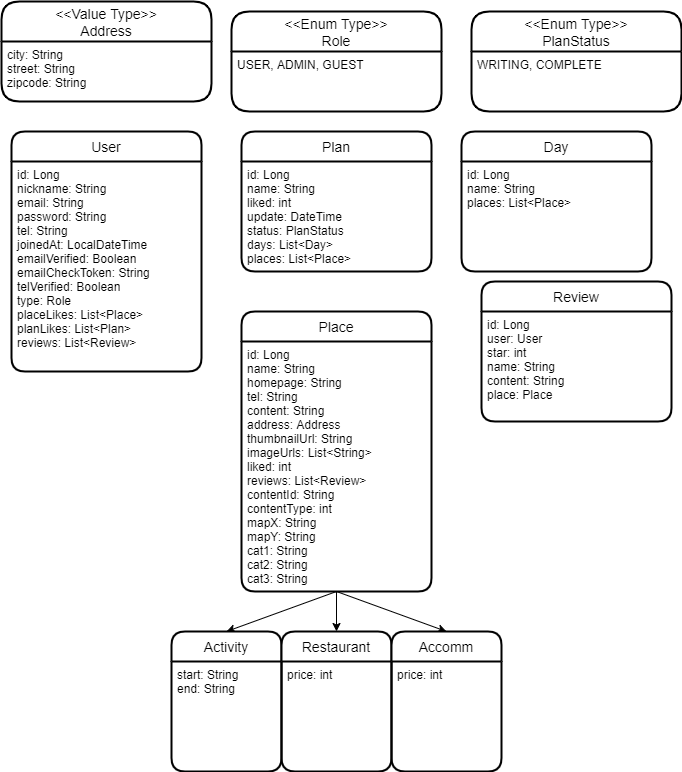
Above: Triplus_ERD.png in dooyeong20/special-trip (draw.io), before the change. Source tidied: cells renumbered, new cells last; positions are measured from the earlier drawing's top-left corner, leaving out a move shared by most shapes.
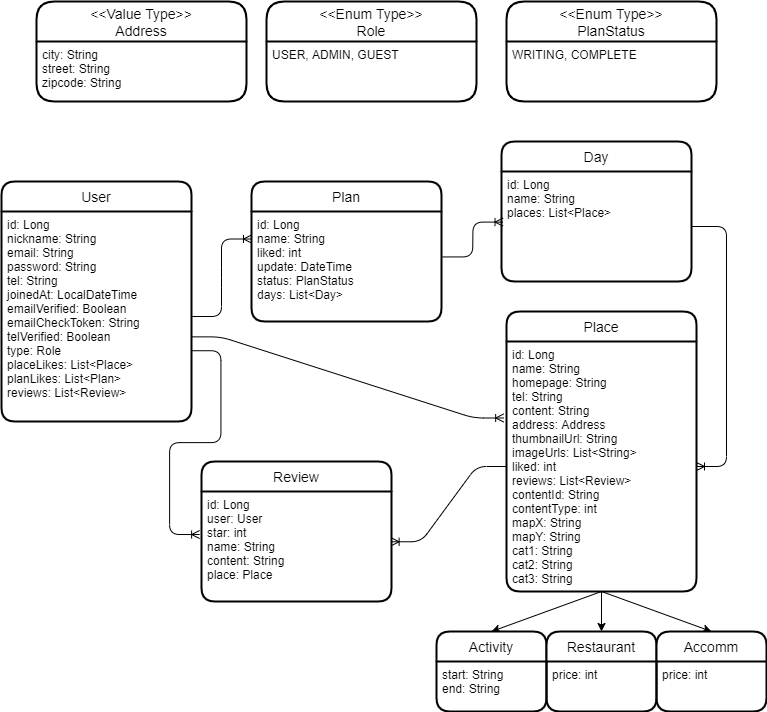
After the commit.

Change to the diagram source:
```diff
@@ -3,7 +3,7 @@
     <mxCell id="0" />
     <mxCell id="1" parent="0" />
     <mxCell id="2" value="User" style="swimlane;horizontal=1;startSize=30;rounded=1;fontSize=14;fontStyle=0;strokeWidth=2;shadow=0;dashed=0;align=center;" parent="1" vertex="1">
-      <mxGeometry x="10" y="130" width="190" height="240" as="geometry" />
+      <mxGeometry x="-35" y="190" width="190" height="240" as="geometry" />
     </mxCell>
     <mxCell id="3" value="id: Long&#10;nickname: String&#10;email: String&#10;password: String&#10;tel: String&#10;joinedAt: LocalDateTime&#10;emailVerified: Boolean&#10;emailCheckToken: String&#10;telVerified: Boolean&#10;type: Role&#10;placeLikes: List&lt;Place&gt;&#10;planLikes: List&lt;Plan&gt;&#10;reviews: List&lt;Review&gt;" style="align=left;strokeColor=none;fillColor=none;spacingLeft=4;fontSize=12;verticalAlign=top;" parent="2" vertex="1">
       <mxGeometry y="30" width="190" height="210" as="geometry" />
@@ -15,13 +15,13 @@
       <mxGeometry y="40" width="210" height="60" as="geometry" />
     </mxCell>
     <mxCell id="6" value="Plan" style="swimlane;horizontal=1;startSize=30;rounded=1;fontSize=14;fontStyle=0;strokeWidth=2;shadow=0;dashed=0;align=center;" parent="1" vertex="1">
-      <mxGeometry x="240" y="130" width="190" height="140" as="geometry" />
+      <mxGeometry x="215" y="190" width="190" height="140" as="geometry" />
     </mxCell>
-    <mxCell id="7" value="id: Long&#10;name: String&#10;liked: int&#10;update: DateTime&#10;status: PlanStatus&#10;days: List&lt;Day&gt;&#10;places: List&lt;Place&gt;" style="align=left;strokeColor=none;fillColor=none;spacingLeft=4;fontSize=12;verticalAlign=top;" parent="6" vertex="1">
+    <mxCell id="7" value="id: Long&#10;name: String&#10;liked: int&#10;update: DateTime&#10;status: PlanStatus&#10;days: List&lt;Day&gt;" style="align=left;strokeColor=none;fillColor=none;spacingLeft=4;fontSize=12;verticalAlign=top;" parent="6" vertex="1">
       <mxGeometry y="30" width="190" height="110" as="geometry" />
     </mxCell>
     <mxCell id="8" value="Place" style="swimlane;horizontal=1;startSize=30;rounded=1;fontSize=14;fontStyle=0;strokeWidth=2;shadow=0;dashed=0;align=center;" parent="1" vertex="1">
-      <mxGeometry x="240" y="310" width="190" height="280" as="geometry" />
+      <mxGeometry x="470" y="320" width="190" height="280" as="geometry" />
     </mxCell>
     <mxCell id="9" value="id: Long&#10;name: String&#10;homepage: String&#10;tel: String&#10;content: String&#10;address: Address&#10;thumbnailUrl: String&#10;imageUrls: List&lt;String&gt;&#10;liked: int&#10;reviews: List&lt;Review&gt;&#10;contentId: String&#10;contentType: int&#10;mapX: String&#10;mapY: String&#10;cat1: String&#10;cat2: String&#10;cat3: String" style="align=left;strokeColor=none;fillColor=none;spacingLeft=4;fontSize=12;verticalAlign=top;" parent="8" vertex="1">
       <mxGeometry y="30" width="190" height="250" as="geometry" />
@@ -39,43 +39,61 @@
       <mxGeometry relative="1" as="geometry" />
     </mxCell>
     <mxCell id="14" value="Activity" style="swimlane;horizontal=1;startSize=30;rounded=1;fontSize=14;fontStyle=0;strokeWidth=2;shadow=0;dashed=0;align=center;" parent="1" vertex="1">
-      <mxGeometry x="170" y="630" width="110" height="140" as="geometry" />
+      <mxGeometry x="400" y="640" width="110" height="80" as="geometry" />
     </mxCell>
     <mxCell id="15" value="start: String&#10;end: String" style="align=left;strokeColor=none;fillColor=none;spacingLeft=4;fontSize=12;verticalAlign=top;" parent="14" vertex="1">
-      <mxGeometry y="30" width="110" height="110" as="geometry" />
+      <mxGeometry y="30" width="110" height="50" as="geometry" />
     </mxCell>
     <mxCell id="16" value="Restaurant" style="swimlane;horizontal=1;startSize=30;rounded=1;fontSize=14;fontStyle=0;strokeWidth=2;shadow=0;dashed=0;align=center;" parent="1" vertex="1">
-      <mxGeometry x="280" y="630" width="110" height="140" as="geometry" />
+      <mxGeometry x="510" y="640" width="110" height="80" as="geometry" />
     </mxCell>
     <mxCell id="17" value="price: int" style="align=left;strokeColor=none;fillColor=none;spacingLeft=4;fontSize=12;verticalAlign=top;" parent="16" vertex="1">
-      <mxGeometry y="30" width="110" height="110" as="geometry" />
+      <mxGeometry y="30" width="110" height="50" as="geometry" />
     </mxCell>
     <mxCell id="18" value="Review" style="swimlane;horizontal=1;startSize=30;rounded=1;fontSize=14;fontStyle=0;strokeWidth=2;shadow=0;dashed=0;align=center;" parent="1" vertex="1">
-      <mxGeometry x="480" y="280" width="190" height="140" as="geometry" />
+      <mxGeometry x="165" y="470" width="190" height="140" as="geometry" />
     </mxCell>
     <mxCell id="19" value="id: Long&#10;user: User&#10;star: int&#10;name: String&#10;content: String&#10;place: Place" style="align=left;strokeColor=none;fillColor=none;spacingLeft=4;fontSize=12;verticalAlign=top;" parent="18" vertex="1">
       <mxGeometry y="30" width="190" height="110" as="geometry" />
     </mxCell>
     <mxCell id="20" value="&lt;&lt;Value Type&gt;&gt;&#10;Address" style="swimlane;horizontal=1;startSize=40;rounded=1;fontSize=14;fontStyle=0;strokeWidth=2;shadow=0;dashed=0;align=center;" parent="1" vertex="1">
-      <mxGeometry width="210" height="100" as="geometry" />
+      <mxGeometry y="10" width="210" height="100" as="geometry" />
     </mxCell>
     <mxCell id="21" value="city: String&#10;street: String&#10;zipcode: String" style="align=left;strokeColor=none;fillColor=none;spacingLeft=4;fontSize=12;verticalAlign=top;" parent="20" vertex="1">
       <mxGeometry y="40" width="210" height="60" as="geometry" />
     </mxCell>
     <mxCell id="22" value="Accomm" style="swimlane;horizontal=1;startSize=30;rounded=1;fontSize=14;fontStyle=0;strokeWidth=2;shadow=0;dashed=0;align=center;" parent="1" vertex="1">
-      <mxGeometry x="390" y="630" width="110" height="140" as="geometry" />
+      <mxGeometry x="620" y="640" width="110" height="80" as="geometry" />
     </mxCell>
     <mxCell id="23" value="price: int" style="align=left;strokeColor=none;fillColor=none;spacingLeft=4;fontSize=12;verticalAlign=top;" parent="22" vertex="1">
-      <mxGeometry y="30" width="110" height="110" as="geometry" />
+      <mxGeometry y="30" width="110" height="50" as="geometry" />
     </mxCell>
     <mxCell id="24" style="endArrow=classic;html=1;entryX=0.5;entryY=0;entryDx=0;entryDy=0;exitX=0.5;exitY=1;exitDx=0;exitDy=0;" parent="1" edge="1" source="9" target="16">
       <mxGeometry relative="1" as="geometry" />
     </mxCell>
     <mxCell id="25" value="Day" style="swimlane;horizontal=1;startSize=30;rounded=1;fontSize=14;fontStyle=0;strokeWidth=2;shadow=0;dashed=0;align=center;" parent="1" vertex="1">
-      <mxGeometry x="460" y="130" width="190" height="140" as="geometry" />
+      <mxGeometry x="465" y="150" width="190" height="140" as="geometry" />
     </mxCell>
     <mxCell id="26" value="id: Long&#10;name: String&#10;places: List&lt;Place&gt;" style="align=left;strokeColor=none;fillColor=none;spacingLeft=4;fontSize=12;verticalAlign=top;" parent="25" vertex="1">
       <mxGeometry y="30" width="190" height="110" as="geometry" />
     </mxCell>
+    <mxCell id="27" style="edgeStyle=entityRelationEdgeStyle;fontSize=12;html=1;endArrow=ERoneToMany;exitX=1;exitY=0.5;exitDx=0;exitDy=0;entryX=0;entryY=0.25;entryDx=0;entryDy=0;" parent="1" edge="1" source="3" target="7">
+      <mxGeometry relative="1" as="geometry" />
+    </mxCell>
+    <mxCell id="28" style="edgeStyle=entityRelationEdgeStyle;fontSize=12;html=1;endArrow=ERoneToMany;exitX=1.006;exitY=0.413;exitDx=0;exitDy=0;exitPerimeter=0;entryX=0.008;entryY=0.46;entryDx=0;entryDy=0;entryPerimeter=0;" parent="1" edge="1" source="7" target="26">
+      <mxGeometry relative="1" as="geometry" />
+    </mxCell>
+    <mxCell id="29" style="edgeStyle=entityRelationEdgeStyle;fontSize=12;html=1;endArrow=ERoneToMany;exitX=0.997;exitY=0.663;exitDx=0;exitDy=0;exitPerimeter=0;entryX=-0.01;entryY=0.391;entryDx=0;entryDy=0;entryPerimeter=0;" parent="1" edge="1" source="3" target="19">
+      <mxGeometry relative="1" as="geometry" />
+    </mxCell>
+    <mxCell id="30" style="edgeStyle=entityRelationEdgeStyle;fontSize=12;html=1;endArrow=ERoneToMany;exitX=0;exitY=0.5;exitDx=0;exitDy=0;entryX=0.998;entryY=0.457;entryDx=0;entryDy=0;entryPerimeter=0;" parent="1" edge="1" source="9" target="19">
+      <mxGeometry relative="1" as="geometry" />
+    </mxCell>
+    <mxCell id="31" style="edgeStyle=entityRelationEdgeStyle;fontSize=12;html=1;endArrow=ERoneToMany;exitX=0.997;exitY=0.597;exitDx=0;exitDy=0;exitPerimeter=0;entryX=-0.015;entryY=0.306;entryDx=0;entryDy=0;entryPerimeter=0;" parent="1" edge="1" source="3" target="9">
+      <mxGeometry relative="1" as="geometry" />
+    </mxCell>
+    <mxCell id="32" style="edgeStyle=entityRelationEdgeStyle;fontSize=12;html=1;endArrow=ERoneToMany;exitX=1;exitY=0.5;exitDx=0;exitDy=0;" parent="1" edge="1" source="26" target="9">
+      <mxGeometry relative="1" as="geometry" />
+    </mxCell>
   </root>
 </mxGraphModel>
```
